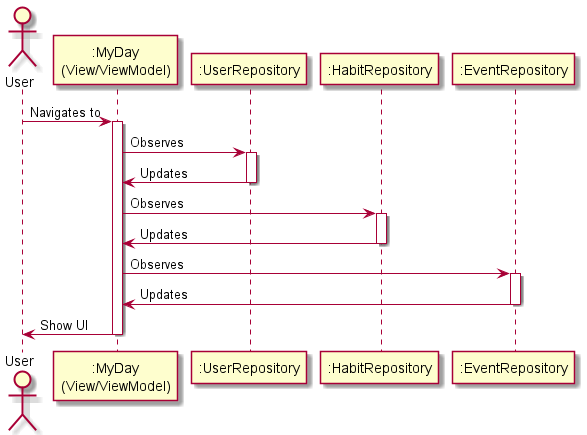
Earlier version of the PlantUML export doc/sequence_my_day_initialisation.png (CMPUT301F21T22/Nabu). Source of this version:
```plantuml
@startuml

actor User

participant ":MyDay\n(View/ViewModel)" as MyDay

participant ":UserRepository" as UserRepository
participant ":HabitRepository" as HabitRepository
participant ":EventRepository" as EventRepository

User -> MyDay : Navigates to
activate MyDay

MyDay -> UserRepository : Observes
activate UserRepository
UserRepository -> MyDay : Updates
deactivate UserRepository

MyDay -> HabitRepository : Observes
activate HabitRepository
HabitRepository -> MyDay : Updates
deactivate HabitRepository

MyDay -> EventRepository : Observes
activate EventRepository
EventRepository -> MyDay : Updates
deactivate EventRepository

MyDay -> User : Show UI
deactivate MyDay

@enduml
```
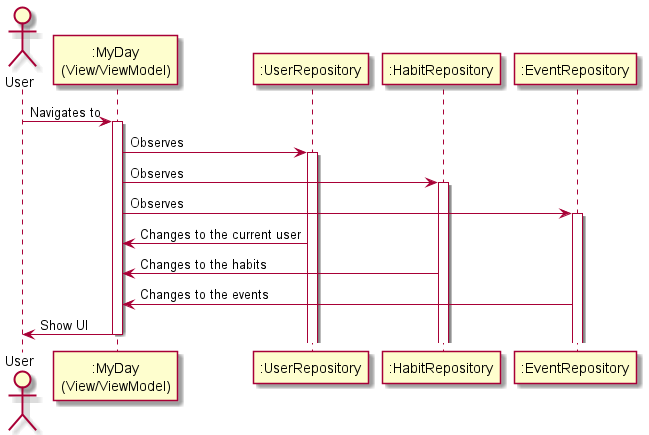
The same diagram one commit later.

Commit message:
Clarify UML sequence diagram

What changed in the source:
```diff
@@ -13,18 +13,16 @@
 
 MyDay -> UserRepository : Observes
 activate UserRepository
-UserRepository -> MyDay : Updates
-deactivate UserRepository
 
 MyDay -> HabitRepository : Observes
 activate HabitRepository
-HabitRepository -> MyDay : Updates
-deactivate HabitRepository
 
 MyDay -> EventRepository : Observes
 activate EventRepository
-EventRepository -> MyDay : Updates
-deactivate EventRepository
+
+UserRepository -> MyDay : Changes to the current user
+HabitRepository -> MyDay : Changes to the habits
+EventRepository -> MyDay : Changes to the events
 
 MyDay -> User : Show UI
 deactivate MyDay
```
